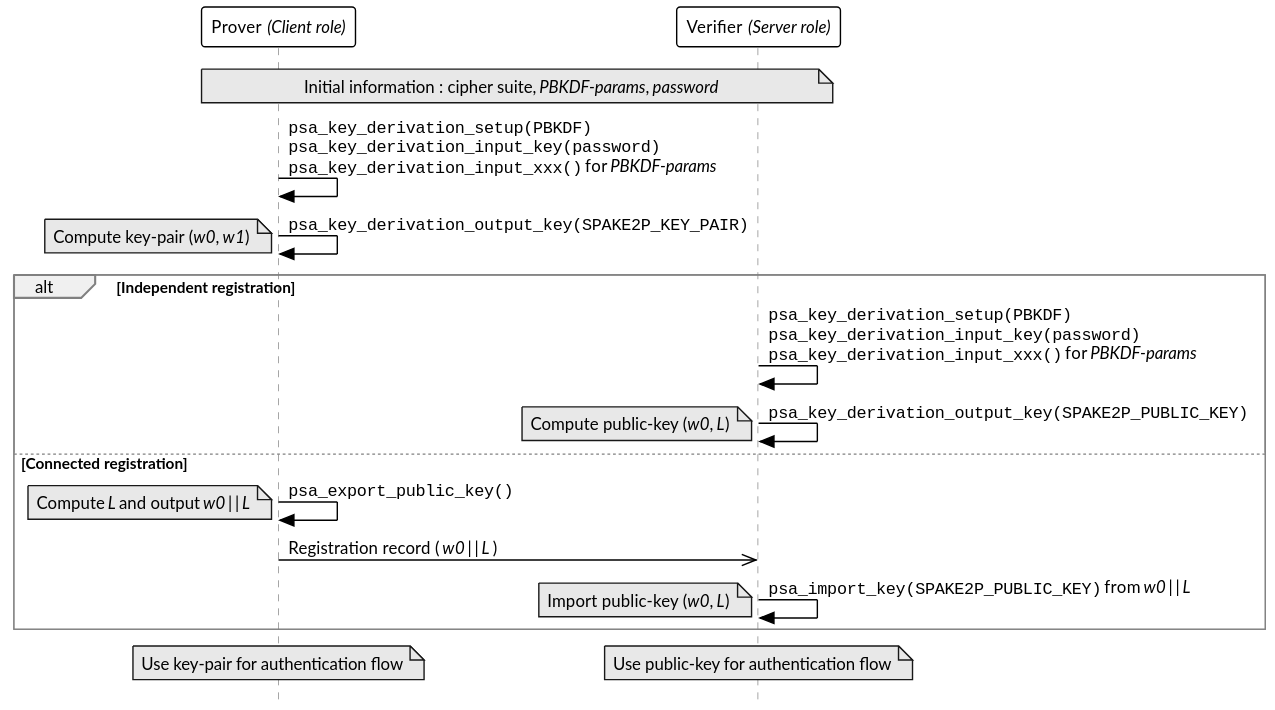
Earlier version of the PlantUML export doc/ext-pake/figure/spake2plus-reg.svg (ARM-software/psa-api). Its source is kept beside it as doc/ext-pake/figure/spake2plus-reg.puml.
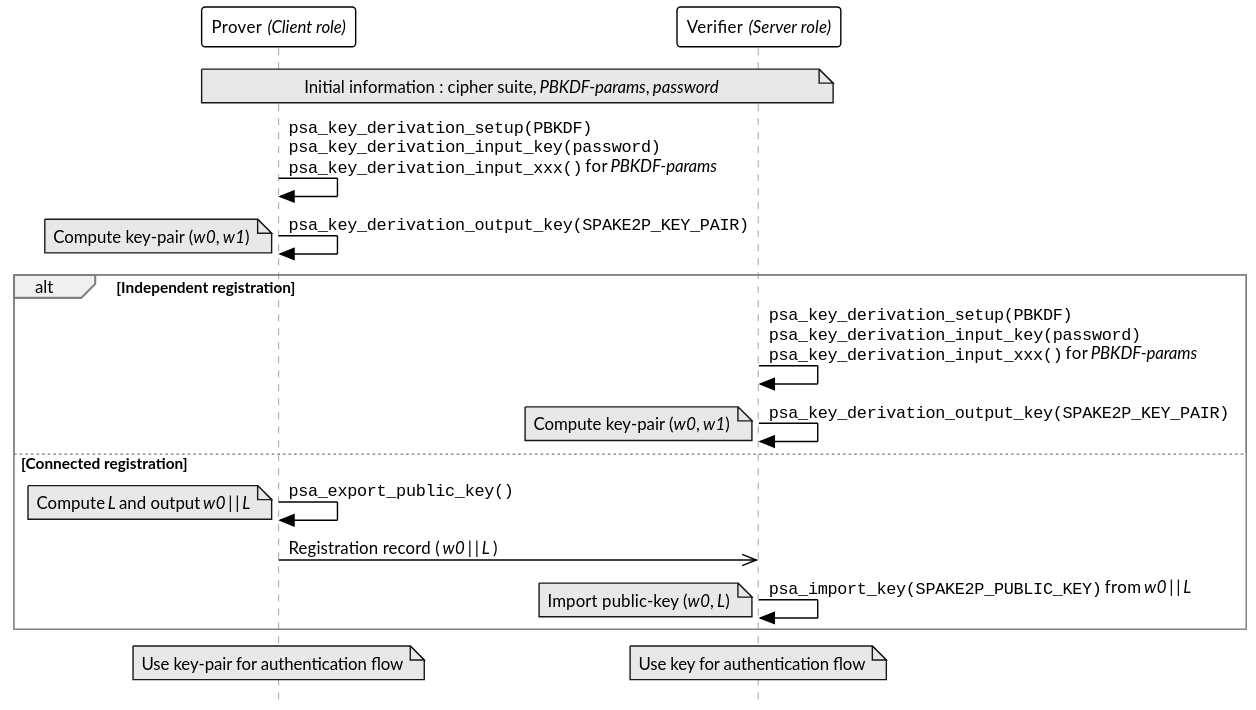
After the change.

Diff of the diagram source:
```diff
@@ -16,8 +16,8 @@
 
         Verifier -> Verifier: ""psa_key_derivation_setup(PBKDF)""\n""psa_key_derivation_input_key(password)""\n""psa_key_derivation_input_xxx()"" for //PBKDF-params//
 
-        Verifier -> Verifier: ""psa_key_derivation_output_key(SPAKE2P_PUBLIC_KEY)""
-        note left: Compute public-key (//w0//, //L//)
+        Verifier -> Verifier: ""psa_key_derivation_output_key(SPAKE2P_KEY_PAIR)""
+        note left: Compute key-pair (//w0//, //w1//)
 
     else Connected registration
 
@@ -32,7 +32,7 @@
     end
 
     note over Prover: Use key-pair for authentication flow
-    / note over Verifier: Use public-key for authentication flow
+    / note over Verifier: Use key for authentication flow
 
 
 @enduml
```
